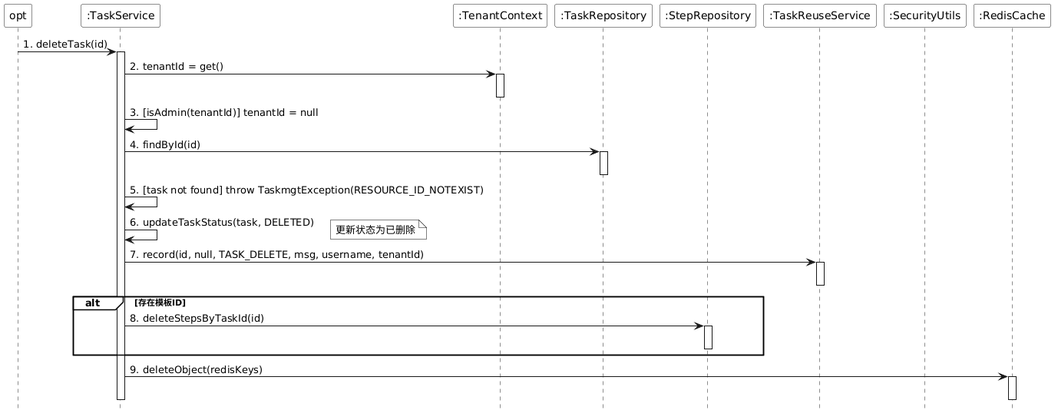
laborday922/RobotBackendManagementSystem keeps this PlantUML diagram as doc/taskmgt/png/sequence/deleteTaskSequence.png. Above is the earlier version.
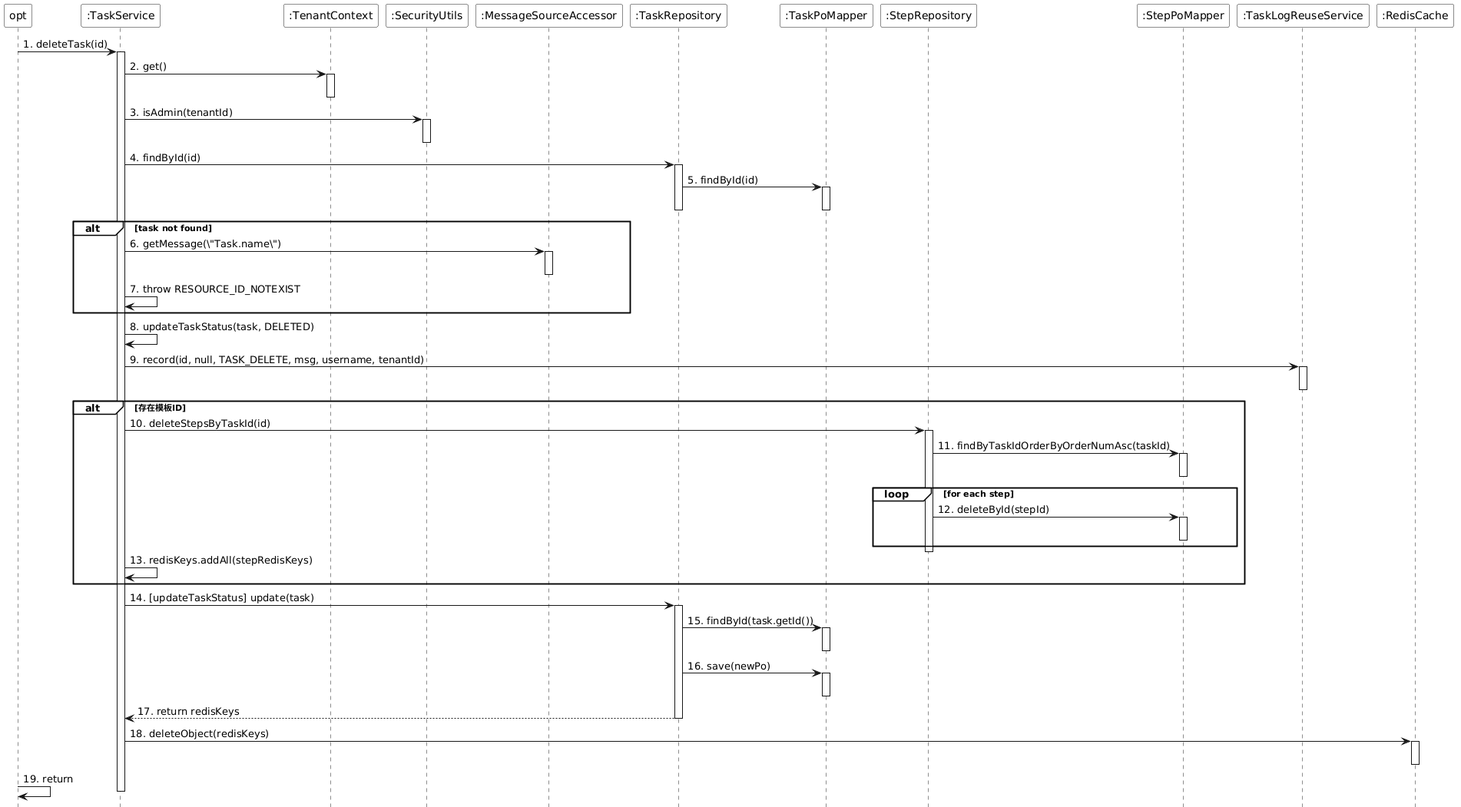
After the commit.

The edit, as a diff of the source:
```diff
@@ -11,42 +11,78 @@
 participant "opt" as opt
 participant ":TaskService" as TaskService
 participant ":TenantContext" as TenantContext
+participant ":SecurityUtils" as SecurityUtils
+participant ":MessageSourceAccessor" as MessageSource
 participant ":TaskRepository" as TaskRepository
+participant ":TaskPoMapper" as TaskPoMapper
 participant ":StepRepository" as StepRepository
-participant ":TaskReuseService" as TaskReuseService
-participant ":SecurityUtils" as SecurityUtils
+participant ":StepPoMapper" as StepPoMapper
+participant ":TaskLogReuseService" as TaskLogReuseService
 participant ":RedisCache" as RedisCache
 
 opt -> TaskService : 1. deleteTask(id)
 activate TaskService
 
-TaskService -> TenantContext : 2. tenantId = get()
+TaskService -> TenantContext : 2. get()
 activate TenantContext
 deactivate TenantContext
-TaskService -> TaskService : 3. [isAdmin(tenantId)] tenantId = null
+TaskService -> SecurityUtils : 3. isAdmin(tenantId)
+activate SecurityUtils
+deactivate SecurityUtils
 
 TaskService -> TaskRepository : 4. findById(id)
 activate TaskRepository
+TaskRepository -> TaskPoMapper : 5. findById(id)
+activate TaskPoMapper
+deactivate TaskPoMapper
 deactivate TaskRepository
 
-TaskService -> TaskService : 5. [task not found] throw TaskmgtException(RESOURCE_ID_NOTEXIST)
+alt task not found
+    TaskService -> MessageSource : 6. getMessage(\"Task.name\")
+    activate MessageSource
+    deactivate MessageSource
+    TaskService -> TaskService : 7. throw RESOURCE_ID_NOTEXIST
+end
 
-TaskService -> TaskService : 6. updateTaskStatus(task, DELETED)
-note right : 更新状态为已删除
+TaskService -> TaskService : 8. updateTaskStatus(task, DELETED)
 
-TaskService -> TaskReuseService : 7. record(id, null, TASK_DELETE, msg, username, tenantId)
-activate TaskReuseService
-deactivate TaskReuseService
+TaskService -> TaskLogReuseService : 9. record(id, null, TASK_DELETE, msg, username, tenantId)
+activate TaskLogReuseService
+deactivate TaskLogReuseService
 
 alt 存在模板ID
-    TaskService -> StepRepository : 8. deleteStepsByTaskId(id)
+    TaskService -> StepRepository : 10. deleteStepsByTaskId(id)
     activate StepRepository
+
+    StepRepository -> StepPoMapper : 11. findByTaskIdOrderByOrderNumAsc(taskId)
+    activate StepPoMapper
+    deactivate StepPoMapper
+
+    loop for each step
+        StepRepository -> StepPoMapper : 12. deleteById(stepId)
+        activate StepPoMapper
+        deactivate StepPoMapper
+    end
+
     deactivate StepRepository
+    TaskService -> TaskService : 13. redisKeys.addAll(stepRedisKeys)
 end
 
-TaskService -> RedisCache : 9. deleteObject(redisKeys)
+TaskService -> TaskRepository : 14. [updateTaskStatus] update(task)
+activate TaskRepository
+TaskRepository -> TaskPoMapper : 15. findById(task.getId())
+activate TaskPoMapper
+deactivate TaskPoMapper
+TaskRepository -> TaskPoMapper : 16. save(newPo)
+activate TaskPoMapper
+deactivate TaskPoMapper
+TaskRepository --> TaskService : 17. return redisKeys
+deactivate TaskRepository
+
+TaskService -> RedisCache : 18. deleteObject(redisKeys)
 activate RedisCache
 deactivate RedisCache
 
+opt -> opt : 19. return
 deactivate TaskService
 @enduml
```
